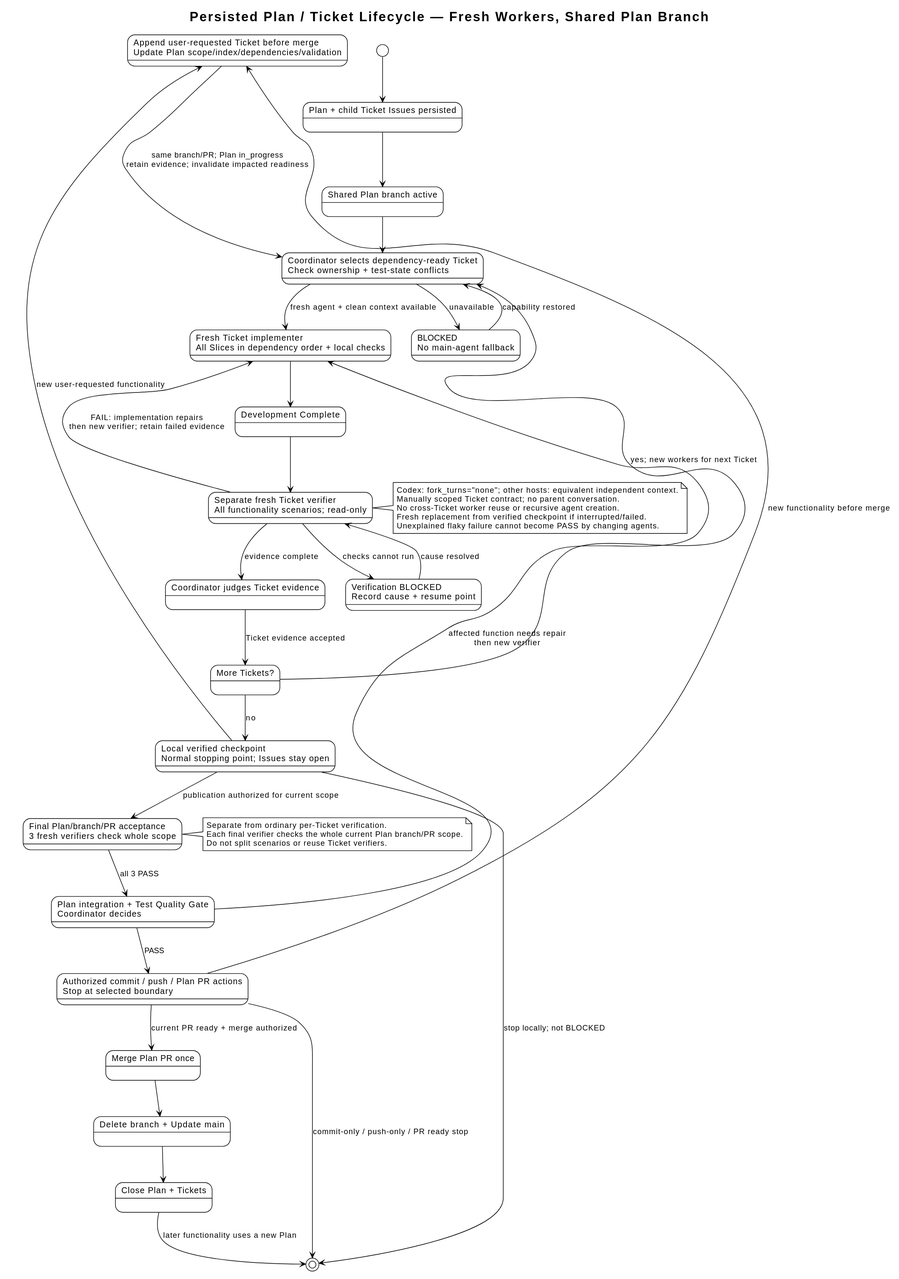
This is docs/architecture/diagrams/ticket-lifecycle.svg from i-zrhe2016/codex-development-workflow, a PlantUML export, as it was before one commit.
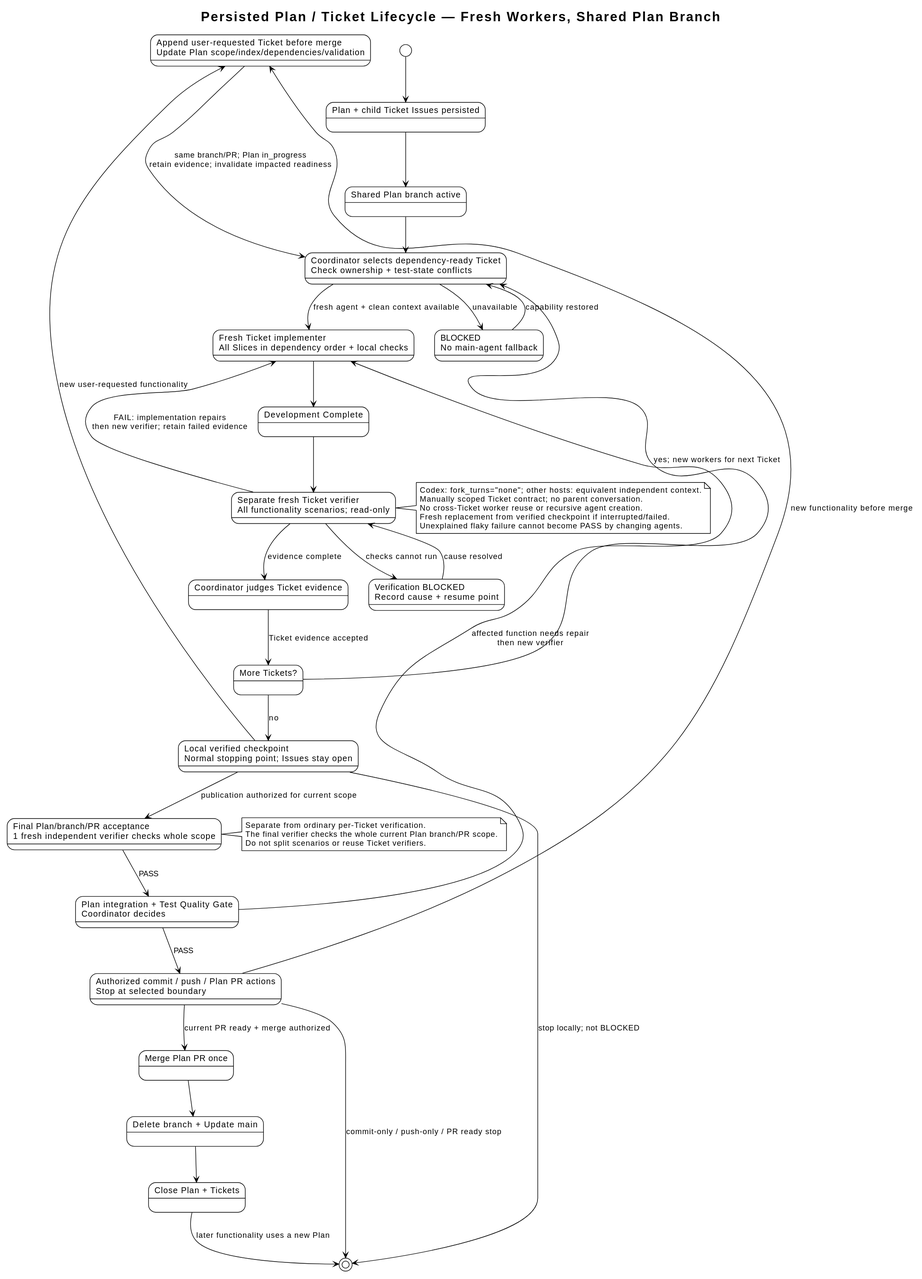
Above is the later version.

What changed in the source:
```diff
@@ -16,7 +16,7 @@
 state "More Tickets?" as more
 state "Local verified checkpoint\nNormal stopping point; Issues stay open" as local
 state "Append user-requested Ticket before merge\nUpdate Plan scope/index/dependencies/validation" as expand
-state "Final Plan/branch/PR acceptance\n3 fresh verifiers check whole scope" as final_verify
+state "Final Plan/branch/PR acceptance\n1 fresh independent verifier checks whole scope" as final_verify
 state "Plan integration + Test Quality Gate\nCoordinator decides" as gate
 state "Authorized commit / push / Plan PR actions\nStop at selected boundary" as publish
 state "Merge Plan PR once" as merge
@@ -45,7 +45,7 @@
 publish -[norank]-> expand : new functionality before merge
 expand -[norank]-> select : same branch/PR; Plan in_progress\nretain evidence; invalidate impacted readiness
 local -down-> final_verify : publication authorized for current scope
-final_verify -down-> gate : all 3 PASS
+final_verify -down-> gate : PASS
 gate -[norank]-> implement : affected function needs repair\nthen new verifier
 gate -down-> publish : PASS
 publish --> [*] : commit-only / push-only / PR ready stop
@@ -64,7 +64,7 @@
 
 note right of final_verify
 Separate from ordinary per-Ticket verification.
-Each final verifier checks the whole current Plan branch/PR scope.
+The final verifier checks the whole current Plan branch/PR scope.
 Do not split scenarios or reuse Ticket verifiers.
 end note
 @enduml
```
